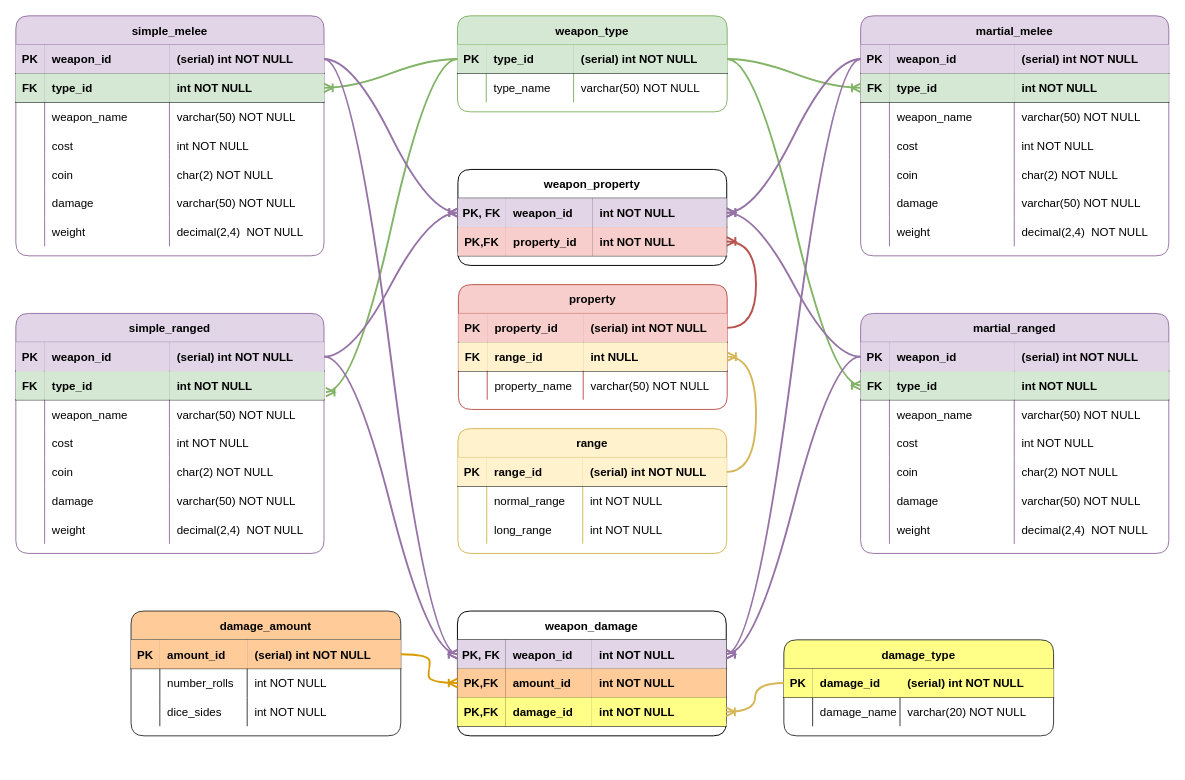
Before: page "weapon" (2 of 3) of diagrams/Entity Relationship Diagram.drawio in kschuljak/fantasy_shop, a draw.io diagram. Source tidied: cells renumbered, new cells numbered last; positions are measured from the earlier drawing's top-left corner, leaving out a move shared by most shapes. Both pictures are drawn from the tidied source at 96%, with x=0, y=0 at pixel (15, 15).
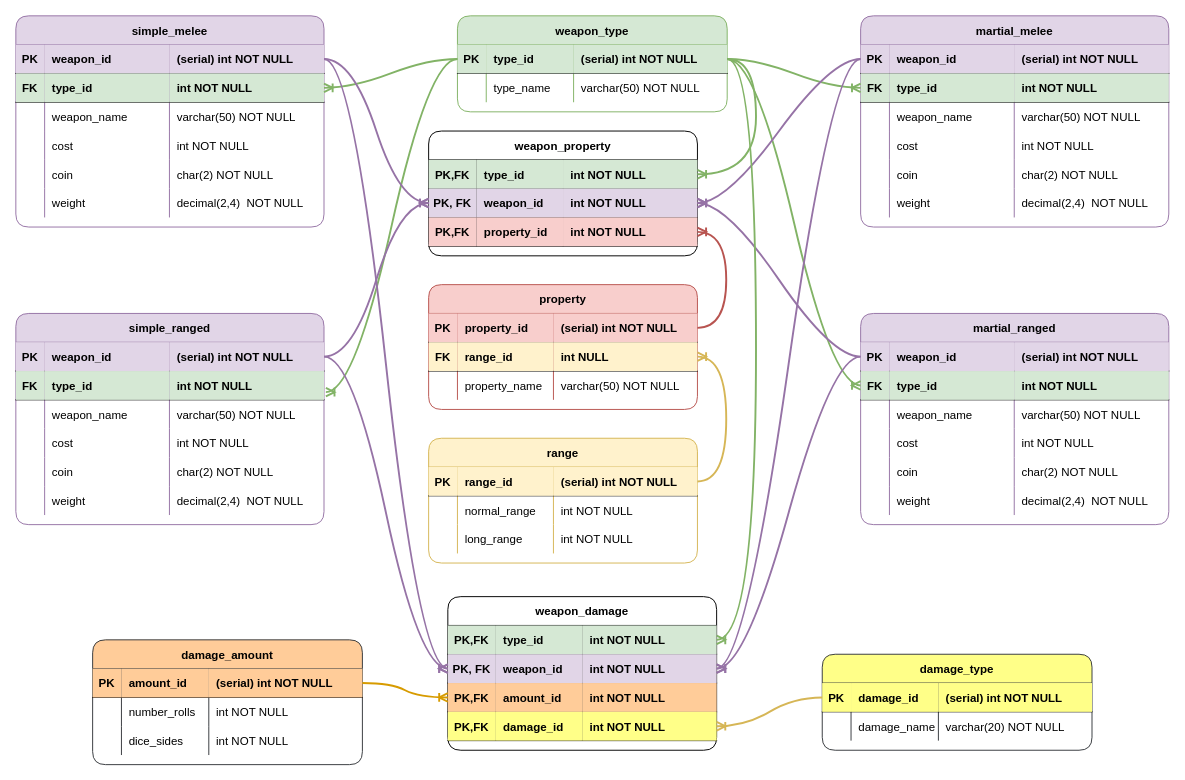
The same diagram, later.

Unchanged cells that the change refers to:
```xml
<mxCell id="3" style="shape=partialRectangle;fillColor=none;points=[[0,0.5],[1,0.5]];portConstraint=eastwest;top=0;left=0;right=0;bottom=1;" parent="2" vertex="1">
  <mxGeometry y="30" width="281" height="30" as="geometry" />
</mxCell>
```

Change to the diagram source:
```diff
@@
     <mxCell id="11" value="simple_melee" style="shape=table;startSize=30;childLayout=tableLayout;rowLines=0;fontStyle=1;align=center;fillColor=#e1d5e7;strokeColor=#9673a6;rounded=1;" parent="1" vertex="1">
-      <mxGeometry width="321" height="250" as="geometry" />
+      <mxGeometry width="321" height="220" as="geometry" />
     </mxCell>
@@
-    <mxCell id="32" style="shape=partialRectangle;fillColor=none;top=0;left=0;right=0;bottom=0;" parent="11" vertex="1">
-      <mxGeometry y="180" width="321" height="30" as="geometry" />
-    </mxCell>
-    <mxCell id="33" style="shape=partialRectangle;overflow=hidden;fillColor=none;top=0;left=0;bottom=0;right=0;" parent="32" vertex="1">
-      <mxGeometry width="30" height="30" as="geometry" />
-    </mxCell>
-    <mxCell id="34" value="damage" style="shape=partialRectangle;overflow=hidden;fillColor=none;top=0;left=0;bottom=0;right=0;align=left;spacingLeft=6;" parent="32" vertex="1">
-      <mxGeometry x="30" width="130" height="30" as="geometry" />
-    </mxCell>
-    <mxCell id="35" value="varchar(50) NOT NULL" style="shape=partialRectangle;overflow=hidden;fillColor=none;top=0;left=0;bottom=0;right=0;align=left;spacingLeft=6;" parent="32" vertex="1">
-      <mxGeometry x="160" width="161" height="30" as="geometry" />
-    </mxCell>
     <mxCell id="36" style="shape=partialRectangle;fillColor=none;top=0;left=0;right=0;bottom=0;" parent="11" vertex="1">
-      <mxGeometry y="210" width="321" height="30" as="geometry" />
+      <mxGeometry y="180" width="321" height="30" as="geometry" />
     </mxCell>
@@
     <mxCell id="40" value="simple_ranged" style="shape=table;startSize=30;childLayout=tableLayout;rowLines=0;fontStyle=1;align=center;fillColor=#e1d5e7;strokeColor=#9673a6;rounded=1;" parent="1" vertex="1">
-      <mxGeometry y="310" width="321" height="250" as="geometry" />
+      <mxGeometry y="310" width="321" height="220" as="geometry" />
     </mxCell>
@@
-    <mxCell id="61" style="shape=partialRectangle;fillColor=none;top=0;left=0;right=0;bottom=0;" parent="40" vertex="1">
-      <mxGeometry y="180" width="321" height="30" as="geometry" />
-    </mxCell>
-    <mxCell id="62" style="shape=partialRectangle;overflow=hidden;fillColor=none;top=0;left=0;bottom=0;right=0;" parent="61" vertex="1">
-      <mxGeometry width="30" height="30" as="geometry" />
-    </mxCell>
-    <mxCell id="63" value="damage" style="shape=partialRectangle;overflow=hidden;fillColor=none;top=0;left=0;bottom=0;right=0;align=left;spacingLeft=6;" parent="61" vertex="1">
-      <mxGeometry x="30" width="130" height="30" as="geometry" />
-    </mxCell>
-    <mxCell id="64" value="varchar(50) NOT NULL" style="shape=partialRectangle;overflow=hidden;fillColor=none;top=0;left=0;bottom=0;right=0;align=left;spacingLeft=6;" parent="61" vertex="1">
-      <mxGeometry x="160" width="161" height="30" as="geometry" />
-    </mxCell>
     <mxCell id="65" style="shape=partialRectangle;fillColor=none;top=0;left=0;right=0;bottom=0;" parent="40" vertex="1">
-      <mxGeometry y="210" width="321" height="30" as="geometry" />
+      <mxGeometry y="180" width="321" height="30" as="geometry" />
     </mxCell>
@@
     <mxCell id="69" value="martial_melee" style="shape=table;startSize=30;childLayout=tableLayout;rowLines=0;fontStyle=1;align=center;fillColor=#e1d5e7;strokeColor=#9673a6;rounded=1;" parent="1" vertex="1">
-      <mxGeometry x="880" width="321" height="250" as="geometry" />
+      <mxGeometry x="880" width="321" height="220" as="geometry" />
     </mxCell>
@@
-    <mxCell id="90" style="shape=partialRectangle;fillColor=none;top=0;left=0;right=0;bottom=0;" parent="69" vertex="1">
-      <mxGeometry y="180" width="321" height="30" as="geometry" />
-    </mxCell>
-    <mxCell id="91" style="shape=partialRectangle;overflow=hidden;fillColor=none;top=0;left=0;bottom=0;right=0;" parent="90" vertex="1">
-      <mxGeometry width="30" height="30" as="geometry" />
-    </mxCell>
-    <mxCell id="92" value="damage" style="shape=partialRectangle;overflow=hidden;fillColor=none;top=0;left=0;bottom=0;right=0;align=left;spacingLeft=6;" parent="90" vertex="1">
-      <mxGeometry x="30" width="130" height="30" as="geometry" />
-    </mxCell>
-    <mxCell id="93" value="varchar(50) NOT NULL" style="shape=partialRectangle;overflow=hidden;fillColor=none;top=0;left=0;bottom=0;right=0;align=left;spacingLeft=6;" parent="90" vertex="1">
-      <mxGeometry x="160" width="161" height="30" as="geometry" />
-    </mxCell>
     <mxCell id="94" style="shape=partialRectangle;fillColor=none;top=0;left=0;right=0;bottom=0;" parent="69" vertex="1">
-      <mxGeometry y="210" width="321" height="30" as="geometry" />
+      <mxGeometry y="180" width="321" height="30" as="geometry" />
     </mxCell>
@@
     <mxCell id="98" value="martial_ranged" style="shape=table;startSize=30;childLayout=tableLayout;rowLines=0;fontStyle=1;align=center;fillColor=#e1d5e7;strokeColor=#9673a6;rounded=1;" parent="1" vertex="1">
-      <mxGeometry x="880" y="310" width="321" height="250" as="geometry" />
+      <mxGeometry x="880" y="310" width="321" height="220" as="geometry" />
     </mxCell>
@@
-    <mxCell id="119" style="shape=partialRectangle;fillColor=none;top=0;left=0;right=0;bottom=0;" parent="98" vertex="1">
-      <mxGeometry y="180" width="321" height="30" as="geometry" />
-    </mxCell>
-    <mxCell id="120" style="shape=partialRectangle;overflow=hidden;fillColor=none;top=0;left=0;bottom=0;right=0;" parent="119" vertex="1">
-      <mxGeometry width="30" height="30" as="geometry" />
-    </mxCell>
-    <mxCell id="121" value="damage" style="shape=partialRectangle;overflow=hidden;fillColor=none;top=0;left=0;bottom=0;right=0;align=left;spacingLeft=6;" parent="119" vertex="1">
-      <mxGeometry x="30" width="130" height="30" as="geometry" />
-    </mxCell>
-    <mxCell id="122" value="varchar(50) NOT NULL" style="shape=partialRectangle;overflow=hidden;fillColor=none;top=0;left=0;bottom=0;right=0;align=left;spacingLeft=6;" parent="119" vertex="1">
-      <mxGeometry x="160" width="161" height="30" as="geometry" />
-    </mxCell>
     <mxCell id="123" style="shape=partialRectangle;fillColor=none;top=0;left=0;right=0;bottom=0;" parent="98" vertex="1">
-      <mxGeometry y="210" width="321" height="30" as="geometry" />
+      <mxGeometry y="180" width="321" height="30" as="geometry" />
     </mxCell>
@@
     <mxCell id="131" value="property" style="shape=table;startSize=30;childLayout=tableLayout;rowLines=0;fontStyle=1;align=center;fillColor=#f8cecc;strokeColor=#b85450;rounded=1;" parent="1" vertex="1">
-      <mxGeometry x="461" y="280" width="280" height="130" as="geometry" />
+      <mxGeometry x="430" y="280" width="280" height="130" as="geometry" />
     </mxCell>
@@
     <mxCell id="144" value="range" style="shape=table;startSize=30;childLayout=tableLayout;rowLines=0;fontStyle=1;align=center;fillColor=#fff2cc;strokeColor=#d6b656;rounded=1;" parent="1" vertex="1">
-      <mxGeometry x="460.5" y="430" width="280" height="130" as="geometry" />
+      <mxGeometry x="430" y="440" width="280" height="130" as="geometry" />
     </mxCell>
@@
     <mxCell id="157" value="weapon_property" style="shape=table;startSize=30;childLayout=tableLayout;rowLines=0;fontStyle=1;align=center;rounded=1;" parent="1" vertex="1">
-      <mxGeometry x="460.5" y="160" width="280" height="100" as="geometry" />
+      <mxGeometry x="430" y="120" width="280" height="130" as="geometry" />
     </mxCell>
+    <mxCell id="213" style="shape=partialRectangle;fillColor=none;points=[[0,0.5],[1,0.5]];portConstraint=eastwest;top=0;left=0;right=0;bottom=1;" parent="157" vertex="1">
+      <mxGeometry y="30" width="280" height="30" as="geometry" />
+    </mxCell>
+    <mxCell id="214" value="PK,FK" style="shape=partialRectangle;overflow=hidden;top=0;left=0;bottom=0;right=0;fontStyle=1;fillColor=#d5e8d4;strokeColor=#82b366;" parent="213" vertex="1">
+      <mxGeometry width="50" height="30" as="geometry" />
+    </mxCell>
+    <mxCell id="215" value="type_id" style="shape=partialRectangle;overflow=hidden;top=0;left=0;bottom=0;right=0;align=left;spacingLeft=6;fontStyle=1;fillColor=#d5e8d4;strokeColor=#82b366;" parent="213" vertex="1">
+      <mxGeometry x="50" width="90" height="30" as="geometry" />
+    </mxCell>
+    <mxCell id="216" value="int NOT NULL" style="shape=partialRectangle;overflow=hidden;top=0;left=0;bottom=0;right=0;align=left;spacingLeft=6;fontStyle=1;fillColor=#d5e8d4;strokeColor=#82b366;" parent="213" vertex="1">
+      <mxGeometry x="140" width="140" height="30" as="geometry" />
+    </mxCell>
     <mxCell id="158" style="shape=partialRectangle;fillColor=none;points=[[0,0.5],[1,0.5]];portConstraint=eastwest;top=0;left=0;right=0;bottom=1;" parent="157" vertex="1">
-      <mxGeometry y="30" width="280" height="30" as="geometry" />
+      <mxGeometry y="60" width="280" height="30" as="geometry" />
     </mxCell>
@@
     <mxCell id="162" style="shape=partialRectangle;fillColor=none;points=[[0,0.5],[1,0.5]];portConstraint=eastwest;top=0;left=0;right=0;bottom=1;" parent="157" vertex="1">
-      <mxGeometry y="60" width="280" height="30" as="geometry" />
+      <mxGeometry y="90" width="280" height="30" as="geometry" />
     </mxCell>
@@
     <mxCell id="172" value="damage_type" style="shape=table;startSize=30;childLayout=tableLayout;rowLines=0;fontStyle=1;align=center;fillColor=#ffff88;strokeColor=#36393d;rounded=1;" parent="1" vertex="1">
-      <mxGeometry x="800" y="650" width="281" height="100" as="geometry" />
+      <mxGeometry x="840" y="665" width="281" height="100" as="geometry" />
     </mxCell>
@@
     <mxCell id="181" value="weapon_damage" style="shape=table;startSize=30;childLayout=tableLayout;rowLines=0;fontStyle=1;align=center;rounded=1;" parent="1" vertex="1">
-      <mxGeometry x="460" y="620" width="280" height="130" as="geometry" />
+      <mxGeometry x="450" y="605" width="280" height="160" as="geometry" />
     </mxCell>
+    <mxCell id="217" style="shape=partialRectangle;fillColor=none;points=[[0,0.5],[1,0.5]];portConstraint=eastwest;top=0;left=0;right=0;bottom=1;" parent="181" vertex="1">
+      <mxGeometry y="30" width="280" height="30" as="geometry" />
+    </mxCell>
+    <mxCell id="218" value="PK,FK" style="shape=partialRectangle;overflow=hidden;top=0;left=0;bottom=0;right=0;fontStyle=1;fillColor=#d5e8d4;strokeColor=#82b366;" parent="217" vertex="1">
+      <mxGeometry width="50" height="30" as="geometry" />
+    </mxCell>
+    <mxCell id="219" value="type_id" style="shape=partialRectangle;overflow=hidden;top=0;left=0;bottom=0;right=0;align=left;spacingLeft=6;fontStyle=1;fillColor=#d5e8d4;strokeColor=#82b366;" parent="217" vertex="1">
+      <mxGeometry x="50" width="90" height="30" as="geometry" />
+    </mxCell>
+    <mxCell id="220" value="int NOT NULL" style="shape=partialRectangle;overflow=hidden;top=0;left=0;bottom=0;right=0;align=left;spacingLeft=6;fontStyle=1;fillColor=#d5e8d4;strokeColor=#82b366;" parent="217" vertex="1">
+      <mxGeometry x="140" width="140" height="30" as="geometry" />
+    </mxCell>
     <mxCell id="182" style="shape=partialRectangle;fillColor=none;points=[[0,0.5],[1,0.5]];portConstraint=eastwest;top=0;left=0;right=0;bottom=1;" parent="181" vertex="1">
-      <mxGeometry y="30" width="280" height="30" as="geometry" />
+      <mxGeometry y="60" width="280" height="30" as="geometry" />
     </mxCell>
@@
     <mxCell id="186" style="shape=partialRectangle;fillColor=none;points=[[0,0.5],[1,0.5]];portConstraint=eastwest;top=0;left=0;right=0;bottom=1;" parent="181" vertex="1">
-      <mxGeometry y="60" width="280" height="30" as="geometry" />
+      <mxGeometry y="90" width="280" height="30" as="geometry" />
     </mxCell>
@@
     <mxCell id="190" style="shape=partialRectangle;fillColor=none;points=[[0,0.5],[1,0.5]];portConstraint=eastwest;top=0;left=0;right=0;bottom=1;" parent="181" vertex="1">
-      <mxGeometry y="90" width="280" height="30" as="geometry" />
+      <mxGeometry y="120" width="280" height="30" as="geometry" />
     </mxCell>
@@
     <mxCell id="194" value="damage_amount" style="shape=table;startSize=30;childLayout=tableLayout;rowLines=0;fontStyle=1;align=center;fillColor=#ffcc99;strokeColor=#36393d;rounded=1;" parent="1" vertex="1">
-      <mxGeometry x="120" y="620" width="281" height="130" as="geometry" />
+      <mxGeometry x="80" y="650" width="281" height="130" as="geometry" />
     </mxCell>
@@
+    <mxCell id="221" style="edgeStyle=entityRelationEdgeStyle;fontSize=12;html=1;endArrow=ERoneToMany;strokeWidth=2;curved=1;fillColor=#d5e8d4;strokeColor=#82b366;entryX=1;entryY=0.5;entryDx=0;entryDy=0;" parent="1" edge="1" source="3" target="213">
+      <mxGeometry relative="1" as="geometry" />
+    </mxCell>
+    <mxCell id="222" style="edgeStyle=entityRelationEdgeStyle;fontSize=12;html=1;endArrow=ERoneToMany;strokeWidth=2;curved=1;fillColor=#d5e8d4;strokeColor=#82b366;entryX=1;entryY=0.5;entryDx=0;entryDy=0;" parent="1" edge="1" source="3" target="217">
+      <mxGeometry relative="1" as="geometry" />
+    </mxCell>
```
